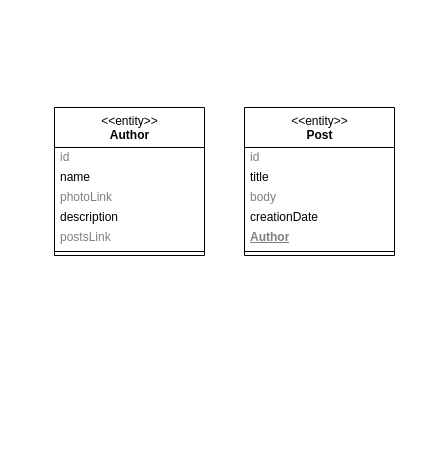
This is blog.drawio from Rhafu/indebook, a draw.io file, before an edit. Source tidied: cells renumbered, new cells numbered last; positions are measured from the earlier drawing's top-left corner, leaving out a move shared by most shapes. Both pictures are drawn from the tidied source at 100%, with x=0, y=0 at pixel (54, 17).
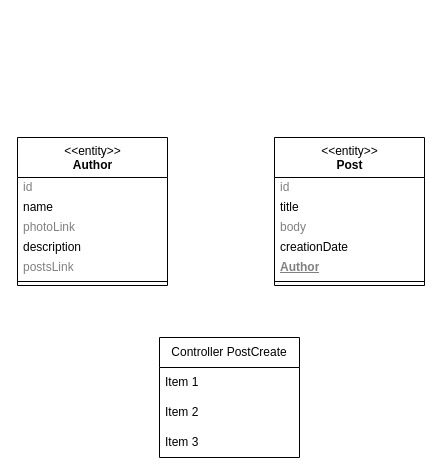
After the change.

Change to the diagram source:
```diff
@@
     <mxCell id="2" value="&amp;lt;&amp;lt;entity&amp;gt;&amp;gt;&lt;br&gt;&lt;b&gt;Post&lt;/b&gt;" style="swimlane;fontStyle=0;align=center;verticalAlign=top;horizontal=1;startSize=40;html=1;" parent="1" vertex="1">
-      <mxGeometry x="190" y="90" width="150" height="148" as="geometry" />
+      <mxGeometry x="220" y="120" width="150" height="148" as="geometry" />
     </mxCell>
@@
     <mxCell id="10" value="&amp;lt;&amp;lt;entity&amp;gt;&amp;gt;&lt;br&gt;&lt;b&gt;Author&lt;/b&gt;" style="swimlane;fontStyle=0;align=center;verticalAlign=top;horizontal=1;startSize=40;html=1;" parent="1" vertex="1">
-      <mxGeometry y="90" width="150" height="148" as="geometry" />
+      <mxGeometry x="-37" y="120" width="150" height="148" as="geometry" />
     </mxCell>
@@
+    <mxCell id="17" value="Controller PostCreate" style="swimlane;fontStyle=0;horizontal=1;startSize=30;whiteSpace=wrap;html=1;" parent="1" vertex="1">
+      <mxGeometry x="105" y="320" width="140" height="120" as="geometry" />
+    </mxCell>
+    <mxCell id="18" value="Item 1" style="text;strokeColor=none;fillColor=none;align=left;verticalAlign=middle;spacingLeft=4;spacingRight=4;overflow=hidden;whiteSpace=wrap;html=1;" parent="17" vertex="1">
+      <mxGeometry y="30" width="140" height="30" as="geometry" />
+    </mxCell>
+    <mxCell id="19" value="Item 2" style="text;strokeColor=none;fillColor=none;align=left;verticalAlign=middle;spacingLeft=4;spacingRight=4;overflow=hidden;whiteSpace=wrap;html=1;" parent="17" vertex="1">
+      <mxGeometry y="60" width="140" height="30" as="geometry" />
+    </mxCell>
+    <mxCell id="20" value="Item 3" style="text;strokeColor=none;fillColor=none;align=left;verticalAlign=middle;spacingLeft=4;spacingRight=4;overflow=hidden;whiteSpace=wrap;html=1;" parent="17" vertex="1">
+      <mxGeometry y="90" width="140" height="30" as="geometry" />
+    </mxCell>
```
